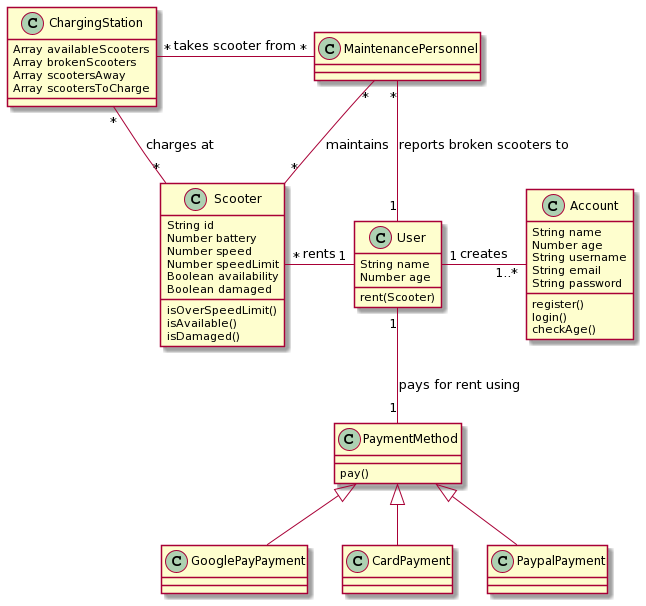
jerriku/multiverse-bootcamp keeps this PlantUML diagram as oop-challenge-scooterhire/uml diagrams/class/class-diagram.png. Above is the earlier version.
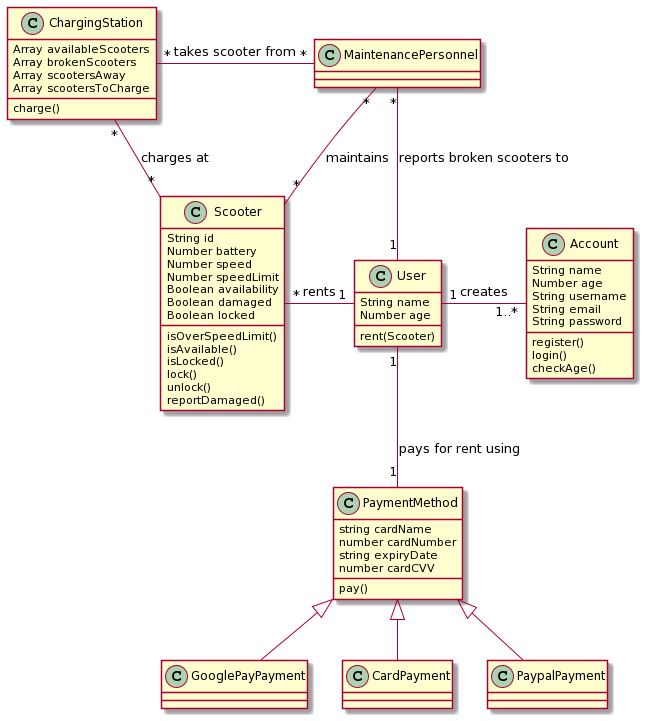
The same file after the commit.

The edit, as a diff of the source:
```diff
@@ -23,10 +23,14 @@
 Number speedLimit
 Boolean availability
 Boolean damaged
+Boolean locked
 
 isOverSpeedLimit()
 isAvailable()
-isDamaged()
+isLocked()
+lock()
+unlock()
+reportDamaged()
 }
 
 class MaintenancePersonnel {
@@ -37,9 +41,14 @@
 Array brokenScooters
 Array scootersAway
 Array scootersToCharge
+charge()
 }
 
 class PaymentMethod {
+string cardName
+number cardNumber
+string expiryDate
+number cardCVV
 pay()
 }
 
```
